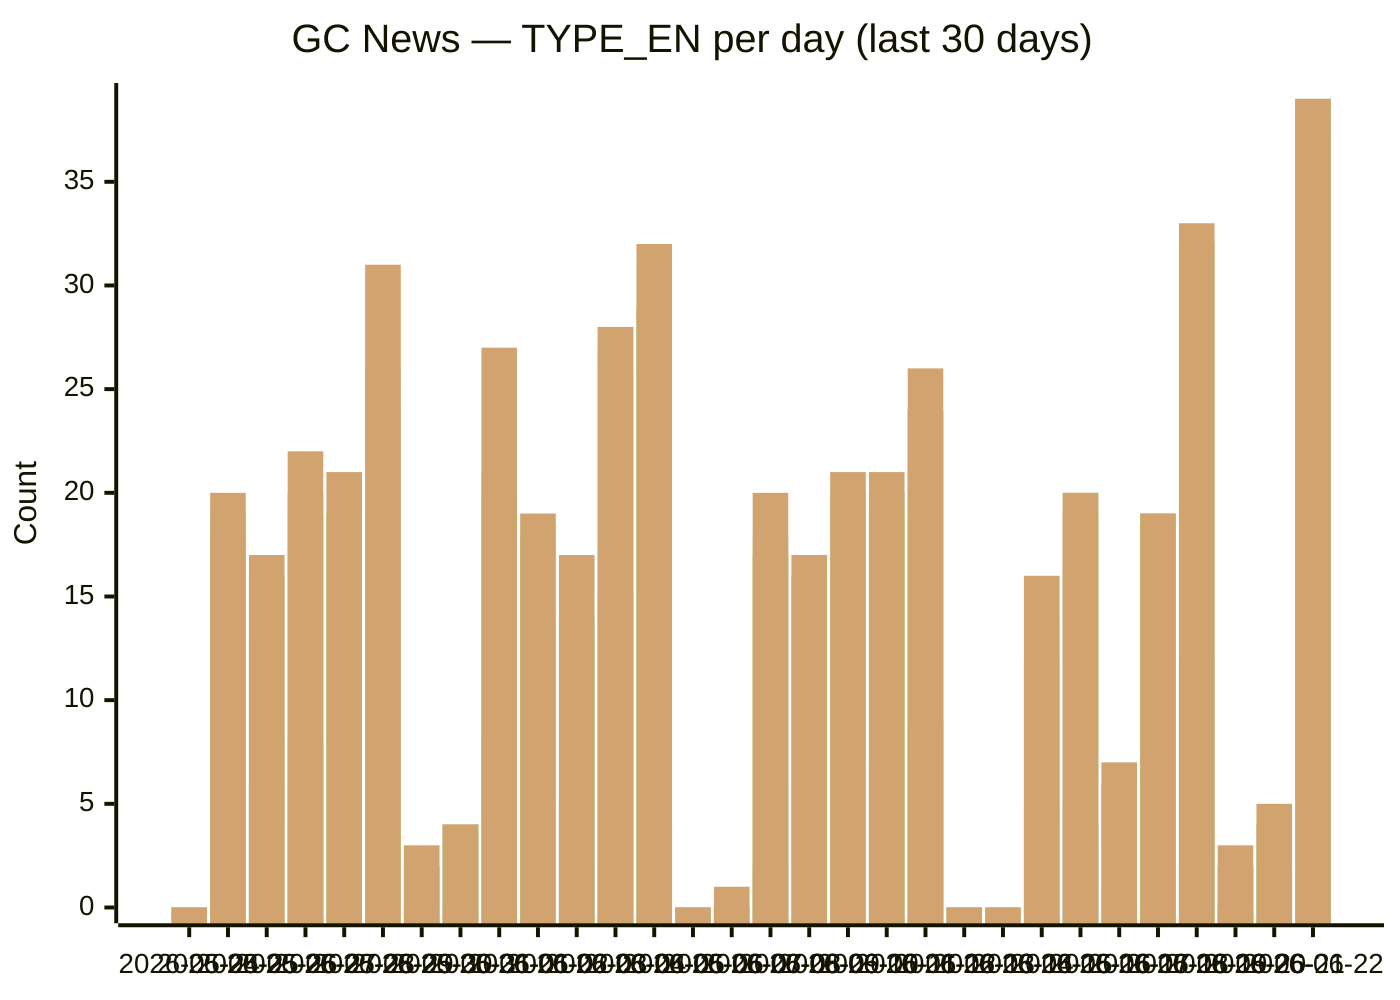
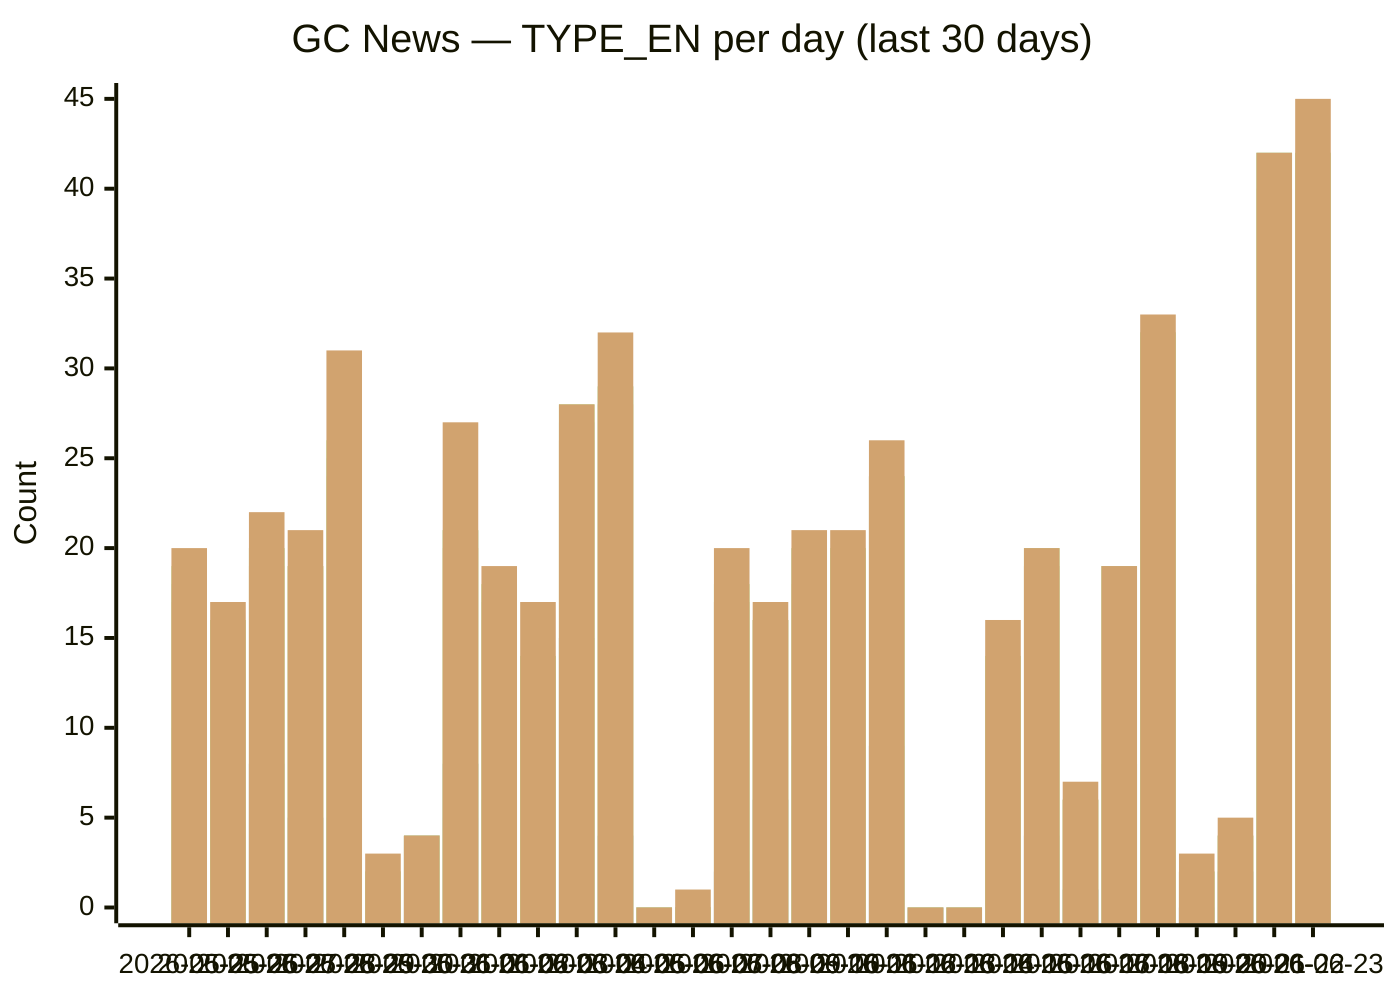
xychart-beta
  title "GC News — TYPE_EN per day (last 30 days)"
-   x-axis [2026-05-24, 2026-05-25, 2026-05-26, 2026-05-27, 2026-05-28, 2026-05-29, 2026-05-30, 2026-05-31, 2026-06-01, 2026-06-02, 2026-06-03, 2026-06-04, 2026-06-05, 2026-06-06, 2026-06-07, 2026-06-08, 2026-06-09, 2026-06-10, 2026-06-11, 2026-06-12, 2026-06-13, 2026-06-14, 2026-06-15, 2026-06-16, 2026-06-17, 2026-06-18, 2026-06-19, 2026-06-20, 2026-06-21, 2026-06-22]
-   y-axis "Count" 0 --> 39
-   bar backgrounders [0, 6, 1, 4, 1, 1, 0, 0, 5, 2, 2, 2, 0, 0, 0, 0, 3, 2, 0, 3, 0, 0, 2, 3, 1, 2, 2, 0, 0, 3]
-   bar "media advisories" [0, 10, 6, 8, 5, 5, 0, 4, 8, 6, 5, 15, 4, 0, 0, 2, 6, 9, 7, 9, 0, 0, 5, 4, 1, 8, 12, 0, 2, 16]
-   bar "news releases" [0, 17, 13, 19, 19, 24, 2, 4, 20, 16, 13, 26, 28, 0, 0, 17, 16, 18, 19, 24, 0, 0, 12, 19, 6, 19, 32, 2, 4, 37]
-   bar readouts [0, 18, 16, 20, 19, 25, 2, 4, 21, 17, 14, 27, 29, 0, 0, 17, 16, 20, 20, 24, 0, 0, 12, 19, 6, 19, 32, 2, 4, 39]
-   bar speeches [0, 19, 16, 20, 19, 26, 2, 4, 21, 18, 14, 28, 29, 0, 0, 18, 16, 20, 20, 24, 0, 0, 14, 20, 6, 19, 32, 2, 4, 39]
-   bar statements [0, 20, 17, 22, 21, 31, 3, 4, 27, 19, 17, 28, 32, 0, 1, 20, 17, 21, 21, 26, 0, 0, 16, 20, 7, 19, 33, 3, 5, 39]
+   x-axis [2026-05-25, 2026-05-26, 2026-05-27, 2026-05-28, 2026-05-29, 2026-05-30, 2026-05-31, 2026-06-01, 2026-06-02, 2026-06-03, 2026-06-04, 2026-06-05, 2026-06-06, 2026-06-07, 2026-06-08, 2026-06-09, 2026-06-10, 2026-06-11, 2026-06-12, 2026-06-13, 2026-06-14, 2026-06-15, 2026-06-16, 2026-06-17, 2026-06-18, 2026-06-19, 2026-06-20, 2026-06-21, 2026-06-22, 2026-06-23]
+   y-axis "Count" 0 --> 45
+   bar backgrounders [6, 1, 4, 1, 1, 0, 0, 5, 2, 2, 2, 0, 0, 0, 0, 3, 2, 0, 3, 0, 0, 2, 3, 1, 2, 2, 0, 0, 3, 6]
+   bar "media advisories" [10, 6, 8, 5, 5, 0, 4, 8, 6, 5, 15, 4, 0, 0, 2, 6, 9, 7, 9, 0, 0, 5, 4, 1, 8, 12, 0, 2, 18, 17]
+   bar "news releases" [17, 13, 19, 19, 24, 2, 4, 20, 16, 13, 26, 28, 0, 0, 17, 16, 18, 19, 24, 0, 0, 12, 19, 6, 19, 32, 2, 4, 40, 40]
+   bar readouts [18, 16, 20, 19, 25, 2, 4, 21, 17, 14, 27, 29, 0, 0, 17, 16, 20, 20, 24, 0, 0, 12, 19, 6, 19, 32, 2, 4, 42, 42]
+   bar speeches [19, 16, 20, 19, 26, 2, 4, 21, 18, 14, 28, 29, 0, 0, 18, 16, 20, 20, 24, 0, 0, 14, 20, 6, 19, 32, 2, 4, 42, 42]
+   bar statements [20, 17, 22, 21, 31, 3, 4, 27, 19, 17, 28, 32, 0, 1, 20, 17, 21, 21, 26, 0, 0, 16, 20, 7, 19, 33, 3, 5, 42, 45]
